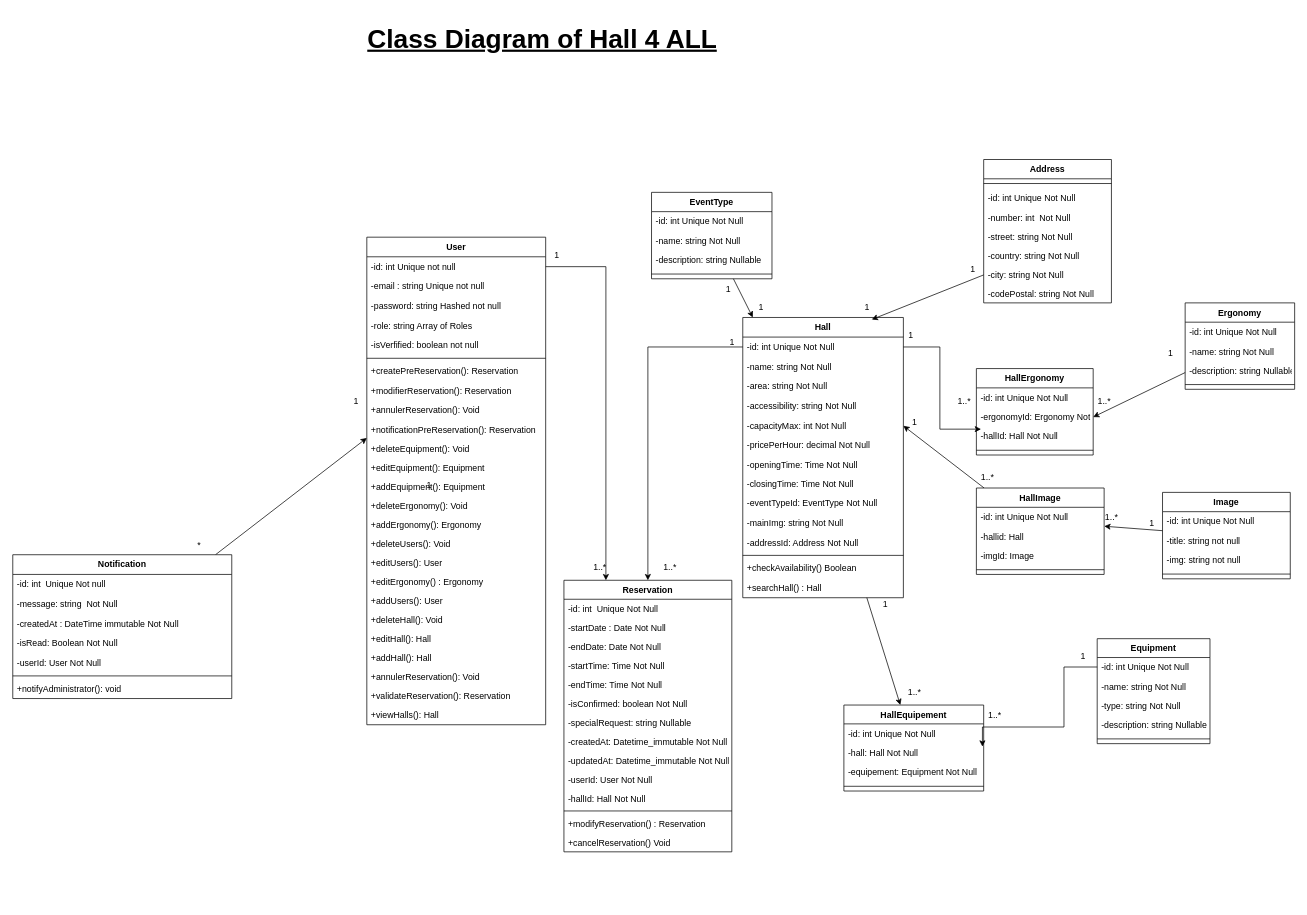
This is page "Page-6" (6 of 6) of Appli reservation de salle.drawio from tenyega/gestion_salle, a draw.io file, before an edit. Source tidied: cells renumbered, new cells numbered last; positions are measured from the earlier drawing's top-left corner, leaving out a move shared by most shapes. Both pictures are drawn from the tidied source at 73%, with x=0, y=0 at pixel (12, 20).
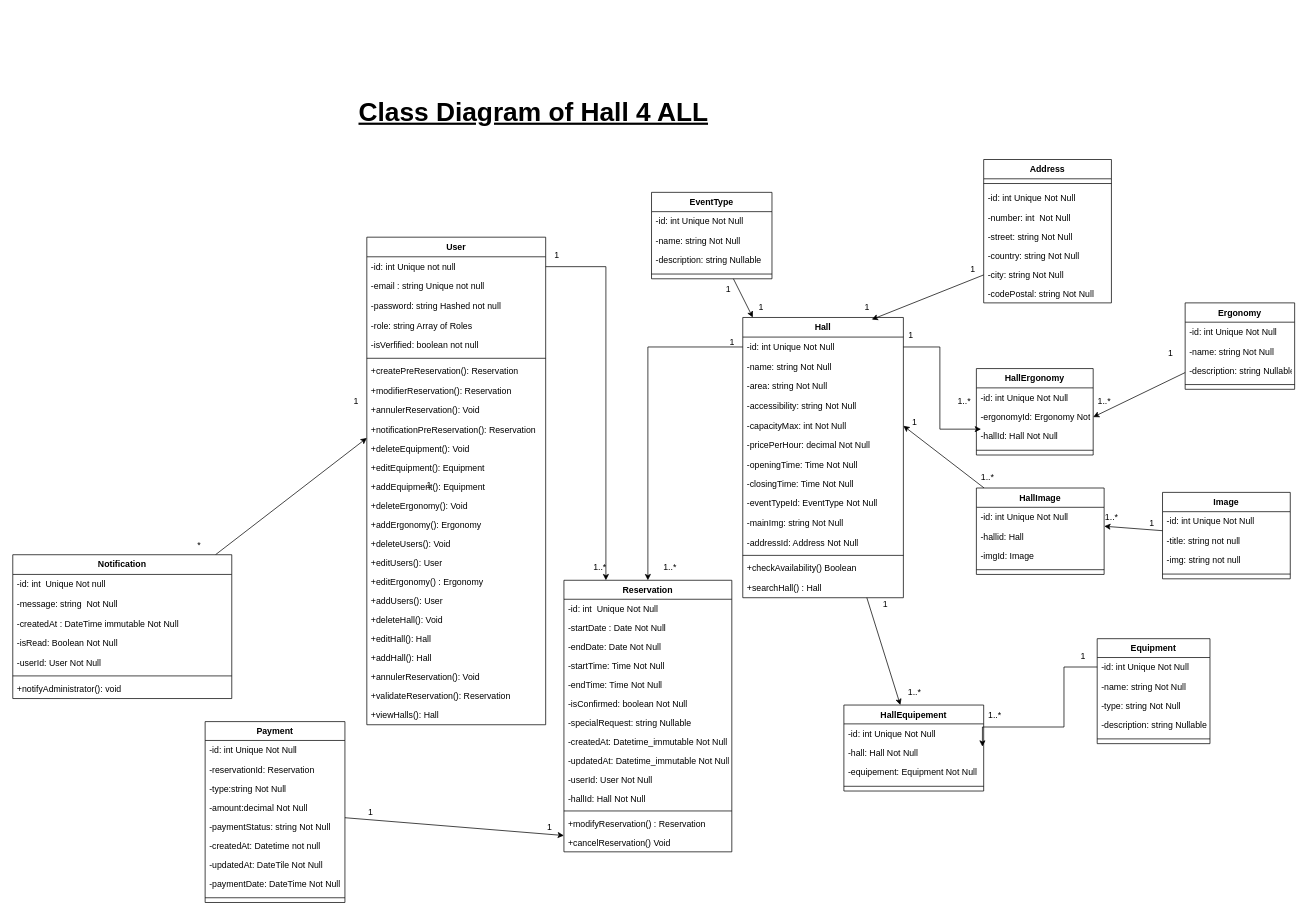
Above is the later version.

Unchanged cells that the change refers to:
```xml
<mxCell id="58" value="+cancelReservation() Void" style="text;strokeColor=none;fillColor=none;align=left;verticalAlign=top;spacingLeft=4;spacingRight=4;overflow=hidden;points=[[0,0.5],[1,0.5]];portConstraint=eastwest;" parent="44" vertex="1">
  <mxGeometry y="346" width="230" height="26" as="geometry" />
</mxCell>
```

Diff of the diagram source:
```diff
@@
     <mxCell id="127" value="&lt;h2&gt;&lt;font style=&quot;font-size: 36px;&quot;&gt;&lt;u&gt;Class Diagram of Hall 4 ALL&lt;/u&gt;&lt;/font&gt;&lt;/h2&gt;" style="text;strokeColor=none;align=center;fillColor=none;html=1;verticalAlign=middle;whiteSpace=wrap;rounded=0;" parent="1" vertex="1">
-      <mxGeometry x="311.5" width="827" height="50" as="geometry" />
+      <mxGeometry x="300" y="100" width="827" height="50" as="geometry" />
     </mxCell>
@@
+    <mxCell id="146" style="edgeStyle=none;html=1;" parent="1" edge="1" source="147" target="58">
+      <mxGeometry relative="1" as="geometry" />
+    </mxCell>
+    <mxCell id="147" value="Payment" style="swimlane;fontStyle=1;align=center;verticalAlign=top;horizontal=1;startSize=25.818181818181817;" parent="1" vertex="1">
+      <mxGeometry x="263.5" y="960" width="191.5" height="247.8" as="geometry" />
+    </mxCell>
+    <mxCell id="148" value="-id: int Unique Not Null" style="text;strokeColor=none;fillColor=none;align=left;verticalAlign=top;spacingLeft=4;spacingRight=4;overflow=hidden;" parent="147" vertex="1">
+      <mxGeometry y="25.8" width="191.5" height="27" as="geometry" />
+    </mxCell>
+    <mxCell id="149" value="-reservationId: Reservation" style="text;strokeColor=none;fillColor=none;align=left;verticalAlign=top;spacingLeft=4;spacingRight=4;overflow=hidden;" parent="147" vertex="1">
+      <mxGeometry y="52.8" width="191.5" height="26" as="geometry" />
+    </mxCell>
+    <mxCell id="150" value="-type:string Not Null" style="text;strokeColor=none;fillColor=none;align=left;verticalAlign=top;spacingLeft=4;spacingRight=4;overflow=hidden;" parent="147" vertex="1">
+      <mxGeometry y="78.8" width="191.5" height="26" as="geometry" />
+    </mxCell>
+    <mxCell id="151" value="-amount:decimal Not Null" style="text;strokeColor=none;fillColor=none;align=left;verticalAlign=top;spacingLeft=4;spacingRight=4;overflow=hidden;" parent="147" vertex="1">
+      <mxGeometry y="104.8" width="191.5" height="26" as="geometry" />
+    </mxCell>
+    <mxCell id="152" value="-paymentStatus: string Not Null" style="text;strokeColor=none;fillColor=none;align=left;verticalAlign=top;spacingLeft=4;spacingRight=4;overflow=hidden;" parent="147" vertex="1">
+      <mxGeometry y="130.8" width="191.5" height="26" as="geometry" />
+    </mxCell>
+    <mxCell id="153" value="-createdAt: Datetime not null" style="text;strokeColor=none;fillColor=none;align=left;verticalAlign=top;spacingLeft=4;spacingRight=4;overflow=hidden;" parent="147" vertex="1">
+      <mxGeometry y="156.8" width="191.5" height="26" as="geometry" />
+    </mxCell>
+    <mxCell id="154" value="-updatedAt: DateTile Not Null" style="text;strokeColor=none;fillColor=none;align=left;verticalAlign=top;spacingLeft=4;spacingRight=4;overflow=hidden;" parent="147" vertex="1">
+      <mxGeometry y="182.8" width="191.5" height="26" as="geometry" />
+    </mxCell>
+    <mxCell id="155" value="-paymentDate: DateTime Not Null" style="text;strokeColor=none;fillColor=none;align=left;verticalAlign=top;spacingLeft=4;spacingRight=4;overflow=hidden;" parent="147" vertex="1">
+      <mxGeometry y="208.8" width="191.5" height="26" as="geometry" />
+    </mxCell>
+    <mxCell id="156" style="line;strokeWidth=1;fillColor=none;align=left;verticalAlign=middle;spacingTop=-1;spacingLeft=3;spacingRight=3;labelPosition=right;strokeColor=inherit;" parent="147" vertex="1">
+      <mxGeometry y="234.8" width="191.5" height="13" as="geometry" />
+    </mxCell>
+    <mxCell id="157" value="1&lt;br&gt;" style="text;html=1;align=center;verticalAlign=middle;strokeColor=none;fillColor=none;" parent="1" vertex="1">
+      <mxGeometry x="475" y="1068.9" width="30" height="30" as="geometry" />
+    </mxCell>
+    <mxCell id="158" value="1" style="text;html=1;align=center;verticalAlign=middle;strokeColor=none;fillColor=none;" parent="1" vertex="1">
+      <mxGeometry x="720" y="1090" width="30" height="30" as="geometry" />
+    </mxCell>
```
